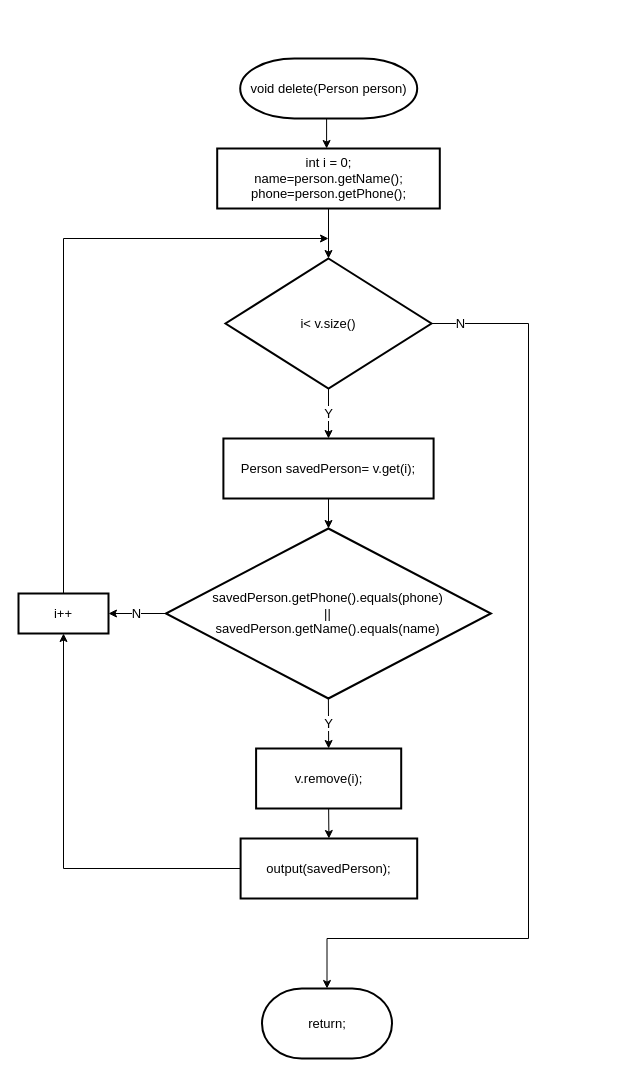
Earlier version of the draw.io diagram 순서도/Delete 기능_java.drawio (skatld123/PH_list_java). Source tidied: cells renumbered, new cells numbered last; positions are measured from the earlier drawing's top-left corner, leaving out a move shared by most shapes. Both pictures are drawn from the tidied source at 100%, with x=0, y=0 at pixel (18, 58).
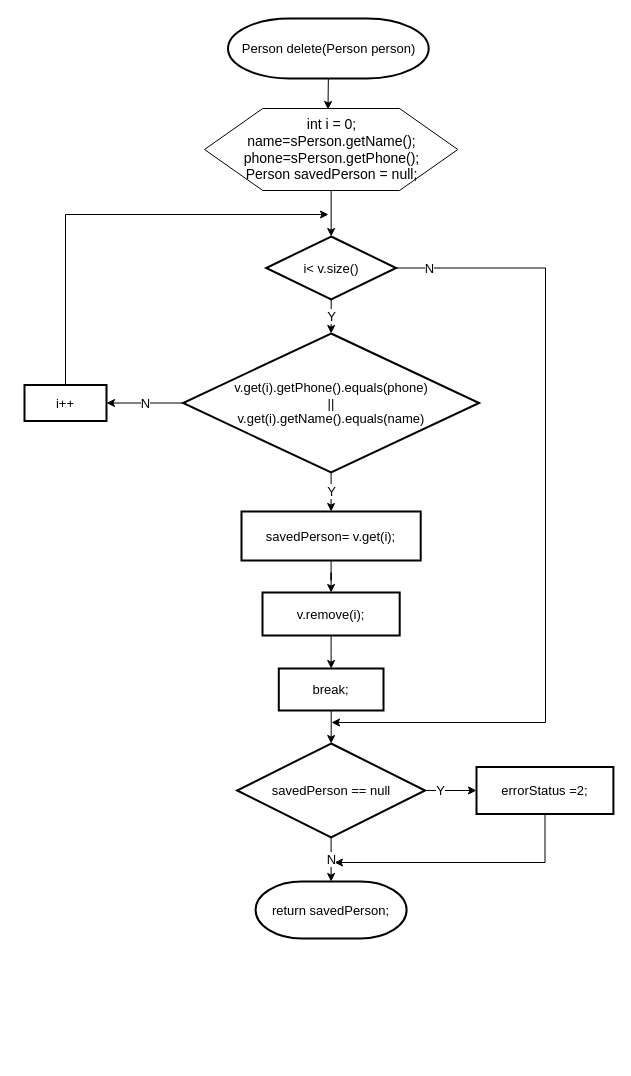
After the change.

Commit message:
Delete 기능_java.drawio 업데이트

Diff of the diagram source:
```diff
@@
     <mxCell id="2" style="edgeStyle=orthogonalEdgeStyle;rounded=0;jettySize=auto;html=1;exitX=0.5;exitY=1;exitDx=0;exitDy=0;exitPerimeter=0;entryX=0.5;entryY=0;entryDx=0;entryDy=0;fontSize=13;" parent="1" edge="1" source="3">
       <mxGeometry relative="1" as="geometry">
-        <mxPoint x="308.1" y="90" as="targetPoint" />
+        <mxPoint x="309.5" y="51" as="targetPoint" />
       </mxGeometry>
     </mxCell>
-    <mxCell id="3" value="&lt;span style=&quot;text-align: left ; font-size: 13px&quot;&gt;void delete(Person&amp;nbsp;&lt;/span&gt;&lt;span style=&quot;text-align: left&quot;&gt;person&lt;/span&gt;&lt;span style=&quot;text-align: left ; font-size: 13px&quot;&gt;)&lt;/span&gt;" style="strokeWidth=2;html=1;shape=mxgraph.flowchart.terminator;whiteSpace=wrap;fontSize=13;" parent="1" vertex="1">
-      <mxGeometry x="221.7" width="177" height="60" as="geometry" />
+    <mxCell id="3" value="&lt;span style=&quot;text-align: left ; font-size: 13px&quot;&gt;Person delete(Person&amp;nbsp;&lt;/span&gt;&lt;span style=&quot;text-align: left&quot;&gt;person&lt;/span&gt;&lt;span style=&quot;text-align: left ; font-size: 13px&quot;&gt;)&lt;/span&gt;" style="strokeWidth=2;html=1;shape=mxgraph.flowchart.terminator;whiteSpace=wrap;fontSize=13;" parent="1" vertex="1">
+      <mxGeometry x="209.5" y="-40" width="200.7" height="60" as="geometry" />
     </mxCell>
-    <mxCell id="4" style="edgeStyle=orthogonalEdgeStyle;rounded=0;jettySize=auto;html=1;entryX=0.5;entryY=1;entryDx=0;entryDy=0;fontSize=13;" parent="1" edge="1" source="5" target="13">
-      <mxGeometry relative="1" as="geometry" />
-    </mxCell>
+    <mxCell id="21" style="edgeStyle=orthogonalEdgeStyle;rounded=0;jettySize=auto;html=1;strokeWidth=1;fontSize=13;" parent="1" edge="1" source="5">
+      <mxGeometry relative="1" as="geometry">
+        <mxPoint x="316" y="804" as="targetPoint" />
+        <Array as="points">
+          <mxPoint x="527" y="804" />
+        </Array>
+      </mxGeometry>
+    </mxCell>
-    <mxCell id="5" value="output(savedPerson);" style="rounded=1;whiteSpace=wrap;html=1;absoluteArcSize=1;arcSize=0;strokeWidth=2;fontSize=13;" parent="1" vertex="1">
-      <mxGeometry x="222.1" y="780" width="176.6" height="60" as="geometry" />
+    <mxCell id="5" value="errorStatus =2;" style="rounded=1;whiteSpace=wrap;html=1;absoluteArcSize=1;arcSize=0;strokeWidth=2;fontSize=13;" parent="1" vertex="1">
+      <mxGeometry x="458" y="708.5" width="136.9" height="47" as="geometry" />
     </mxCell>
-    <mxCell id="6" value="return;" style="strokeWidth=2;html=1;shape=mxgraph.flowchart.terminator;whiteSpace=wrap;fontSize=13;" parent="1" vertex="1">
-      <mxGeometry x="243.5" y="930" width="130" height="70" as="geometry" />
+    <mxCell id="6" value="return savedPerson;" style="strokeWidth=2;html=1;shape=mxgraph.flowchart.terminator;whiteSpace=wrap;fontSize=13;" parent="1" vertex="1">
+      <mxGeometry x="237.1" y="823" width="151" height="57" as="geometry" />
     </mxCell>
-    <mxCell id="7" value="Y" style="edgeStyle=orthogonalEdgeStyle;rounded=0;jettySize=auto;html=1;exitX=0.5;exitY=1;exitDx=0;exitDy=0;exitPerimeter=0;entryX=0.5;entryY=0;entryDx=0;entryDy=0;fontSize=13;" parent="1" edge="1" source="9" target="15">
-      <mxGeometry relative="1" as="geometry" />
-    </mxCell>
-    <mxCell id="8" value="N" style="edgeStyle=orthogonalEdgeStyle;rounded=0;jettySize=auto;html=1;entryX=0.5;entryY=0;entryDx=0;entryDy=0;entryPerimeter=0;fontSize=13;" parent="1" edge="1" source="9" target="6">
-      <mxGeometry x="-0.94" relative="1" as="geometry">
-        <Array as="points">
-          <mxPoint x="510" y="265" />
-          <mxPoint x="510" y="880" />
-          <mxPoint x="309" y="880" />
-        </Array>
-      </mxGeometry>
-    </mxCell>
+    <mxCell id="22" value="Y" style="edgeStyle=orthogonalEdgeStyle;rounded=0;jettySize=auto;html=1;strokeWidth=1;fontSize=13;" parent="1" edge="1" source="9" target="29">
+      <mxGeometry relative="1" as="geometry" />
+    </mxCell>
+    <mxCell id="23" value="N" style="edgeStyle=orthogonalEdgeStyle;rounded=0;jettySize=auto;html=1;strokeWidth=1;fontSize=13;" parent="1" edge="1" source="9">
+      <mxGeometry x="-0.92" relative="1" as="geometry">
+        <mxPoint x="313" y="664" as="targetPoint" />
+        <Array as="points">
+          <mxPoint x="527" y="210" />
+          <mxPoint x="527" y="664" />
+        </Array>
+      </mxGeometry>
+    </mxCell>
     <mxCell id="9" value="i&amp;lt; v.size()" style="strokeWidth=2;html=1;shape=mxgraph.flowchart.decision;whiteSpace=wrap;fontSize=13;" parent="1" vertex="1">
-      <mxGeometry x="207" y="200" width="206" height="130" as="geometry" />
+      <mxGeometry x="247.7" y="178" width="129.9" height="63" as="geometry" />
     </mxCell>
-    <mxCell id="10" style="edgeStyle=orthogonalEdgeStyle;rounded=0;jettySize=auto;html=1;exitX=0.5;exitY=1;exitDx=0;exitDy=0;entryX=0.5;entryY=0;entryDx=0;entryDy=0;entryPerimeter=0;fontSize=13;" parent="1" edge="1" source="11" target="9">
+    <mxCell id="10" style="edgeStyle=orthogonalEdgeStyle;rounded=0;jettySize=auto;html=1;exitX=0.5;exitY=1;exitDx=0;exitDy=0;entryX=0.5;entryY=0;entryDx=0;entryDy=0;entryPerimeter=0;fontSize=13;" parent="1" edge="1" source="26" target="9">
       <mxGeometry relative="1" as="geometry" />
     </mxCell>
-    <mxCell id="11" value="int i = 0;&lt;br style=&quot;font-size: 13px&quot;&gt;name=&lt;span style=&quot;text-align: left&quot;&gt;person&lt;/span&gt;.getName();&lt;br style=&quot;font-size: 13px&quot;&gt;phone=&lt;span style=&quot;text-align: left&quot;&gt;person&lt;/span&gt;.getPhone();" style="rounded=1;whiteSpace=wrap;html=1;absoluteArcSize=1;arcSize=0;strokeWidth=2;fontSize=13;" parent="1" vertex="1">
-      <mxGeometry x="198.7" y="90" width="222.6" height="60" as="geometry" />
-    </mxCell>
-    <mxCell id="12" style="edgeStyle=orthogonalEdgeStyle;rounded=0;jettySize=auto;html=1;fontSize=13;" parent="1" edge="1" source="13">
-      <mxGeometry relative="1" as="geometry">
-        <mxPoint x="310" y="180" as="targetPoint" />
-        <Array as="points">
-          <mxPoint x="45" y="180" />
-        </Array>
-      </mxGeometry>
-    </mxCell>
+    <mxCell id="24" style="edgeStyle=orthogonalEdgeStyle;rounded=0;jettySize=auto;html=1;strokeWidth=1;fontSize=13;" parent="1" edge="1" source="15" target="31">
+      <mxGeometry relative="1" as="geometry" />
+    </mxCell>
+    <mxCell id="15" value="savedPerson= v.get(i);" style="rounded=1;whiteSpace=wrap;html=1;absoluteArcSize=1;arcSize=0;strokeWidth=2;fontSize=13;" parent="1" vertex="1">
+      <mxGeometry x="223" y="453" width="179.2" height="49" as="geometry" />
+    </mxCell>
+    <mxCell id="25" style="edgeStyle=orthogonalEdgeStyle;rounded=0;jettySize=auto;html=1;strokeWidth=1;fontSize=13;" parent="1" edge="1" source="18" target="34">
+      <mxGeometry relative="1" as="geometry" />
+    </mxCell>
+    <mxCell id="18" value="break;" style="rounded=1;whiteSpace=wrap;html=1;absoluteArcSize=1;arcSize=0;strokeWidth=2;fontSize=13;" parent="1" vertex="1">
+      <mxGeometry x="260.3" y="610" width="104.7" height="42" as="geometry" />
+    </mxCell>
+    <mxCell id="26" value="&lt;span&gt;int i = 0;&lt;/span&gt;&lt;br&gt;&lt;span&gt;name=&lt;/span&gt;&lt;span style=&quot;text-align: left&quot;&gt;sPerson&lt;/span&gt;&lt;span&gt;.getName();&lt;/span&gt;&lt;br&gt;&lt;span&gt;phone=&lt;/span&gt;&lt;span style=&quot;text-align: left&quot;&gt;sPerson&lt;/span&gt;&lt;span&gt;.getPhone();&lt;/span&gt;&lt;br&gt;&lt;span&gt;Person savedPerson = null;&lt;/span&gt;" style="verticalLabelPosition=middle;verticalAlign=middle;html=1;shape=hexagon;perimeter=hexagonPerimeter2;arcSize=6;size=0.23000000000000115;fontSize=14;labelPosition=center;align=center;" parent="1" vertex="1">
+      <mxGeometry x="186" y="50" width="253.3" height="82" as="geometry" />
+    </mxCell>
+    <mxCell id="27" value="Y" style="edgeStyle=orthogonalEdgeStyle;rounded=0;jettySize=auto;html=1;strokeWidth=1;fontSize=13;" parent="1" edge="1" source="29" target="15">
+      <mxGeometry relative="1" as="geometry" />
+    </mxCell>
+    <mxCell id="28" value="N" style="edgeStyle=orthogonalEdgeStyle;rounded=0;jettySize=auto;html=1;strokeWidth=1;fontSize=13;" parent="1" edge="1" source="29" target="13">
+      <mxGeometry relative="1" as="geometry" />
+    </mxCell>
+    <mxCell id="29" value="v.get(i).getPhone().equals(&lt;span style=&quot;text-align: left ; font-size: 13px&quot;&gt;phone&lt;/span&gt;)&lt;br style=&quot;font-size: 13px&quot;&gt;||&lt;br style=&quot;font-size: 13px&quot;&gt;v.get(i).getName().equals(name)" style="strokeWidth=2;html=1;shape=mxgraph.flowchart.decision;whiteSpace=wrap;fontSize=13;" parent="1" vertex="1">
+      <mxGeometry x="164.6" y="275" width="296" height="139" as="geometry" />
+    </mxCell>
+    <mxCell id="30" style="edgeStyle=orthogonalEdgeStyle;rounded=0;jettySize=auto;html=1;strokeWidth=1;fontSize=13;" parent="1" edge="1" source="31" target="18">
+      <mxGeometry relative="1" as="geometry" />
+    </mxCell>
+    <mxCell id="31" value="v.remove(i);" style="rounded=1;whiteSpace=wrap;html=1;absoluteArcSize=1;arcSize=0;strokeWidth=2;fontSize=13;" parent="1" vertex="1">
+      <mxGeometry x="244" y="534" width="137.2" height="43" as="geometry" />
+    </mxCell>
+    <mxCell id="32" value="Y" style="edgeStyle=orthogonalEdgeStyle;rounded=0;jettySize=auto;html=1;strokeWidth=1;fontSize=13;" parent="1" edge="1" source="34" target="5">
+      <mxGeometry x="-0.4" relative="1" as="geometry" />
+    </mxCell>
+    <mxCell id="33" value="N" style="edgeStyle=orthogonalEdgeStyle;rounded=0;jettySize=auto;html=1;strokeWidth=1;fontSize=13;" parent="1" edge="1" source="34" target="6">
+      <mxGeometry relative="1" as="geometry" />
+    </mxCell>
+    <mxCell id="34" value="savedPerson == null" style="strokeWidth=2;html=1;shape=mxgraph.flowchart.decision;whiteSpace=wrap;fontSize=13;" parent="1" vertex="1">
+      <mxGeometry x="218.6" y="685" width="188" height="94" as="geometry" />
+    </mxCell>
+    <mxCell id="35" style="edgeStyle=orthogonalEdgeStyle;rounded=0;jettySize=auto;html=1;strokeWidth=1;fontSize=13;" parent="1" edge="1" source="13">
+      <mxGeometry relative="1" as="geometry">
+        <mxPoint x="310" y="156" as="targetPoint" />
+        <Array as="points">
+          <mxPoint x="47" y="156" />
+        </Array>
+      </mxGeometry>
+    </mxCell>
     <mxCell id="13" value="i++" style="rounded=1;whiteSpace=wrap;html=1;absoluteArcSize=1;arcSize=0;strokeWidth=2;fontSize=13;" parent="1" vertex="1">
-      <mxGeometry y="535" width="90" height="40" as="geometry" />
+      <mxGeometry x="6" y="326.5" width="82" height="36" as="geometry" />
     </mxCell>
-    <mxCell id="14" style="edgeStyle=orthogonalEdgeStyle;rounded=0;jettySize=auto;html=1;exitX=0.5;exitY=1;exitDx=0;exitDy=0;entryX=0.5;entryY=0;entryDx=0;entryDy=0;entryPerimeter=0;fontSize=13;" parent="1" edge="1" source="15">
-      <mxGeometry relative="1" as="geometry">
-        <mxPoint x="310" y="470" as="targetPoint" />
-      </mxGeometry>
-    </mxCell>
-    <mxCell id="15" value="Person savedPerson= v.get(i);" style="rounded=1;whiteSpace=wrap;html=1;absoluteArcSize=1;arcSize=0;strokeWidth=2;fontSize=13;" parent="1" vertex="1">
-      <mxGeometry x="204.9" y="380" width="210.2" height="60" as="geometry" />
-    </mxCell>
-    <mxCell id="16" value="N" style="edgeStyle=orthogonalEdgeStyle;rounded=0;jettySize=auto;html=1;fontSize=13;" parent="1" edge="1" source="17" target="13">
-      <mxGeometry relative="1" as="geometry" />
-    </mxCell>
-    <mxCell id="17" value="savedPerson.getPhone().equals(&lt;span style=&quot;text-align: left; font-size: 13px;&quot;&gt;phone&lt;/span&gt;)&lt;br style=&quot;font-size: 13px;&quot;&gt;||&lt;br style=&quot;font-size: 13px;&quot;&gt;savedPerson.getName().equals(name)" style="strokeWidth=2;html=1;shape=mxgraph.flowchart.decision;whiteSpace=wrap;fontSize=13;" parent="1" vertex="1">
-      <mxGeometry x="147.4" y="470" width="325" height="170" as="geometry" />
-    </mxCell>
-    <mxCell id="18" value="v.remove(i);" style="rounded=1;whiteSpace=wrap;html=1;absoluteArcSize=1;arcSize=0;strokeWidth=2;fontSize=13;" parent="1" vertex="1">
-      <mxGeometry x="237.6" y="690" width="145.1" height="60" as="geometry" />
-    </mxCell>
-    <mxCell id="19" value="Y" style="endArrow=classic;html=1;exitX=0.5;exitY=1;exitDx=0;exitDy=0;exitPerimeter=0;entryX=0.5;entryY=0;entryDx=0;entryDy=0;strokeWidth=1;fontSize=13;" parent="1" edge="1" source="17" target="18">
-      <mxGeometry relative="1" as="geometry" />
-    </mxCell>
-    <mxCell id="20" style="endArrow=classic;html=1;exitX=0.5;exitY=1;exitDx=0;exitDy=0;entryX=0.5;entryY=0;entryDx=0;entryDy=0;fontSize=13;" parent="1" edge="1" source="18" target="5">
-      <mxGeometry relative="1" as="geometry" />
-    </mxCell>
```
